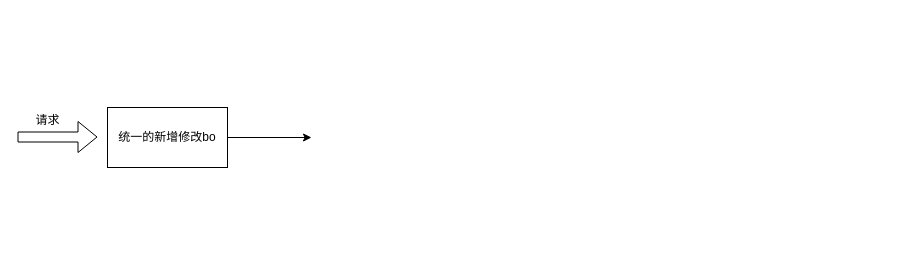
This is 未命名绘图.drawio from yanglaiyi/cloud_image, a draw.io file, before an edit. Source tidied: cells renumbered, new cells numbered last; positions are measured from the earlier drawing's top-left corner, leaving out a move shared by most shapes. Both pictures are drawn from the tidied source at 100%, with x=0, y=0 at pixel (17, 105).
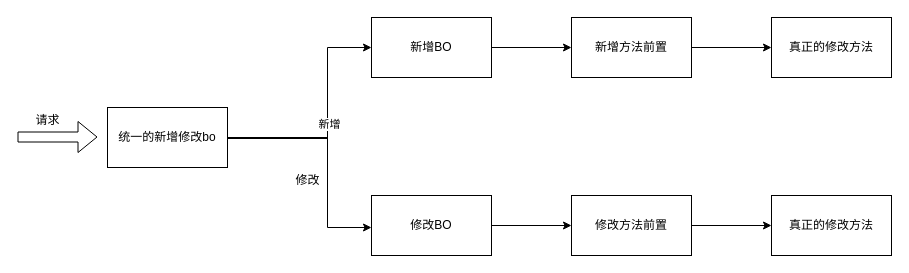
The same page after the edit.

Commit message (it also covers changes not shown here):
更新未命名绘图.drawio

The change refers to these unchanged cells:
```xml
<mxCell id="2" value="统一的新增修改bo" style="rounded=0;whiteSpace=wrap;html=1;" parent="1" vertex="1">
  <mxGeometry x="90" y="2" width="120" height="60" as="geometry" />
</mxCell>
```

What changed in the source:
```diff
@@
-    <mxCell id="5" style="endArrow=classic;html=1;rounded=0;" parent="1" edge="1">
+    <mxCell id="5" style="endArrow=classic;html=1;rounded=0;edgeStyle=orthogonalEdgeStyle;" parent="1" edge="1" target="8">
       <mxGeometry relative="1" as="geometry">
         <mxPoint x="210" y="32" as="sourcePoint" />
-        <mxPoint x="294" y="32" as="targetPoint" />
+        <Array as="points">
+          <mxPoint x="210" y="33" />
+          <mxPoint x="310" y="33" />
+          <mxPoint x="310" y="-58" />
+        </Array>
       </mxGeometry>
     </mxCell>
+    <mxCell id="6" value="新增" style="edgeLabel;html=1;align=center;verticalAlign=middle;" parent="5" vertex="1">
+      <mxGeometry x="-0.02" y="-1" relative="1" as="geometry" />
+    </mxCell>
+    <mxCell id="7" style="edgeStyle=orthogonalEdgeStyle;rounded=0;jettySize=auto;html=1;" parent="1" edge="1" source="8" target="14">
+      <mxGeometry relative="1" as="geometry" />
+    </mxCell>
+    <mxCell id="8" value="新增BO" style="rounded=0;whiteSpace=wrap;html=1;" parent="1" vertex="1">
+      <mxGeometry x="354" y="-88" width="120" height="60" as="geometry" />
+    </mxCell>
+    <mxCell id="9" style="edgeStyle=orthogonalEdgeStyle;rounded=0;jettySize=auto;html=1;" parent="1" edge="1" source="10" target="16">
+      <mxGeometry relative="1" as="geometry" />
+    </mxCell>
+    <mxCell id="10" value="修改BO" style="rounded=0;whiteSpace=wrap;html=1;" parent="1" vertex="1">
+      <mxGeometry x="354" y="90" width="120" height="60" as="geometry" />
+    </mxCell>
+    <mxCell id="11" style="endArrow=classic;html=1;rounded=0;edgeStyle=orthogonalEdgeStyle;" parent="1" edge="1" source="2" target="10">
+      <mxGeometry relative="1" as="geometry">
+        <Array as="points">
+          <mxPoint x="310" y="32" />
+          <mxPoint x="310" y="122" />
+        </Array>
+      </mxGeometry>
+    </mxCell>
+    <mxCell id="12" value="修改" style="text;html=1;align=center;verticalAlign=middle;strokeColor=none;fillColor=none;" parent="1" vertex="1">
+      <mxGeometry x="265" y="60" width="50" height="30" as="geometry" />
+    </mxCell>
+    <mxCell id="13" style="edgeStyle=orthogonalEdgeStyle;rounded=0;jettySize=auto;html=1;" parent="1" edge="1" source="14" target="17">
+      <mxGeometry relative="1" as="geometry" />
+    </mxCell>
+    <mxCell id="14" value="新增方法前置" style="rounded=0;whiteSpace=wrap;html=1;" parent="1" vertex="1">
+      <mxGeometry x="554" y="-88" width="120" height="60" as="geometry" />
+    </mxCell>
+    <mxCell id="15" style="edgeStyle=orthogonalEdgeStyle;rounded=0;jettySize=auto;html=1;" parent="1" edge="1" source="16" target="18">
+      <mxGeometry relative="1" as="geometry" />
+    </mxCell>
+    <mxCell id="16" value="修改方法前置" style="rounded=0;whiteSpace=wrap;html=1;" parent="1" vertex="1">
+      <mxGeometry x="554" y="90" width="120" height="60" as="geometry" />
+    </mxCell>
+    <mxCell id="17" value="真正的修改方法" style="rounded=0;whiteSpace=wrap;html=1;" parent="1" vertex="1">
+      <mxGeometry x="754" y="-88" width="120" height="60" as="geometry" />
+    </mxCell>
+    <mxCell id="18" value="真正的修改方法" style="rounded=0;whiteSpace=wrap;html=1;" parent="1" vertex="1">
+      <mxGeometry x="754" y="90" width="120" height="60" as="geometry" />
+    </mxCell>
```
